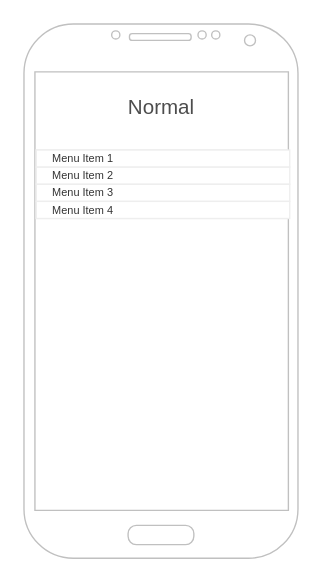
id-group/test keeps this draw.io diagram as Untitled Diagram.drawio. Above is the earlier version. Source tidied: cells renumbered, new cells numbered last; positions are measured from the earlier drawing's top-left corner, leaving out a move shared by most shapes. Both pictures are drawn from the tidied source at 137%, with x=0, y=0 at pixel (23, 23).
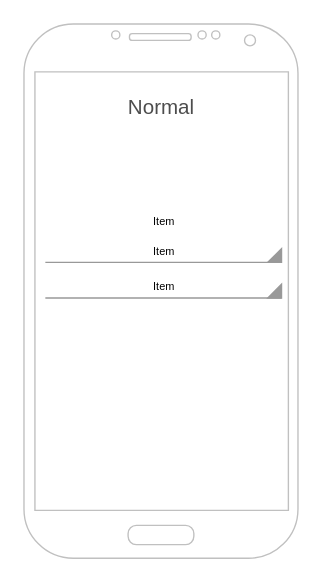
Above is the later version.

The edit, as a diff of the source:
```diff
@@
 <mxGraphModel>
   <root>
     <mxCell id="0" />
     <mxCell id="1" parent="0" />
     <mxCell id="2" style="verticalLabelPosition=bottom;verticalAlign=top;html=1;shadow=0;dashed=0;strokeWidth=1;shape=mxgraph.android.phone2;strokeColor=#c0c0c0;" parent="1" vertex="1">
       <mxGeometry width="200" height="390" as="geometry" />
     </mxCell>
     <mxCell id="3" value="Normal" style="whiteSpace=wrap;html=1;shadow=0;dashed=0;fontSize=15;align=center;fillColor=#FFFFFF;strokeColor=#FFFFFF;fontColor=#4D4D4D;" parent="1" vertex="1">
       <mxGeometry x="15.6" y="44" width="168.8" height="32" as="geometry" />
     </mxCell>
-    <mxCell id="4" style="strokeWidth=1;html=1;shadow=0;dashed=0;shape=mxgraph.android.rrect;rSize=0;strokeColor=#eeeeee;fillColor=#ffffff;gradientColor=none;fontSize=29;align=center;horizontal=0;verticalAlign=bottom;" parent="1" vertex="1">
-      <mxGeometry x="9" y="92" width="183" height="50" as="geometry" />
-    </mxCell>
-    <mxCell id="5" value="Menu Item 1" style="strokeColor=inherit;fillColor=inherit;gradientColor=inherit;strokeWidth=1;html=1;shadow=0;dashed=0;shape=mxgraph.android.rrect;rSize=0;align=left;spacingLeft=10;fontSize=8;fontColor=#333333;" parent="4" vertex="1">
-      <mxGeometry width="185" height="12.5" as="geometry" />
-    </mxCell>
-    <mxCell id="6" value="Menu Item 2" style="strokeColor=inherit;fillColor=inherit;gradientColor=inherit;strokeWidth=1;html=1;shadow=0;dashed=0;shape=mxgraph.android.rrect;rSize=0;align=left;spacingLeft=10;fontSize=8;fontColor=#333333;" parent="4" vertex="1">
-      <mxGeometry y="12.5" width="185" height="12.5" as="geometry" />
-    </mxCell>
-    <mxCell id="7" value="Menu Item 3" style="strokeColor=inherit;fillColor=inherit;gradientColor=inherit;strokeWidth=1;html=1;shadow=0;dashed=0;shape=mxgraph.android.rrect;rSize=0;align=left;spacingLeft=10;fontSize=8;fontColor=#333333;" parent="4" vertex="1">
-      <mxGeometry y="25" width="185" height="12.5" as="geometry" />
-    </mxCell>
-    <mxCell id="8" value="Menu Item 4" style="strokeColor=inherit;fillColor=inherit;gradientColor=inherit;strokeWidth=1;html=1;shadow=0;dashed=0;shape=mxgraph.android.rrect;rSize=0;align=left;spacingLeft=10;fontSize=8;fontColor=#333333;" parent="4" vertex="1">
-      <mxGeometry y="37.5" width="185" height="12.5" as="geometry" />
-    </mxCell>
+    <mxCell id="9" value="Item" style="strokeWidth=1;html=1;shadow=0;dashed=0;shape=mxgraph.android.spinner2;align=center;fillColor=#ffffff;strokeColor=none;verticalAlign=bottom;fontSize=8;gradientColor=none;" parent="1" vertex="1">
+      <mxGeometry x="15.6" y="124" width="172.4" height="28" as="geometry" />
+    </mxCell>
+    <mxCell id="10" value="Item" style="strokeWidth=1;html=1;shadow=0;dashed=0;shape=mxgraph.android.spinner2;align=center;fillColor=#999999;strokeColor=#999999;verticalAlign=bottom;fontSize=8;" parent="1" vertex="1">
+      <mxGeometry x="15.6" y="164" width="172.4" height="10" as="geometry" />
+    </mxCell>
+    <mxCell id="11" value="Item" style="strokeWidth=1;html=1;shadow=0;dashed=0;shape=mxgraph.android.spinner2;align=center;fillColor=#999999;strokeColor=#999999;verticalAlign=bottom;fontSize=8;" parent="1" vertex="1">
+      <mxGeometry x="15.6" y="190" width="172.4" height="10" as="geometry" />
+    </mxCell>
   </root>
 </mxGraphModel>
```
